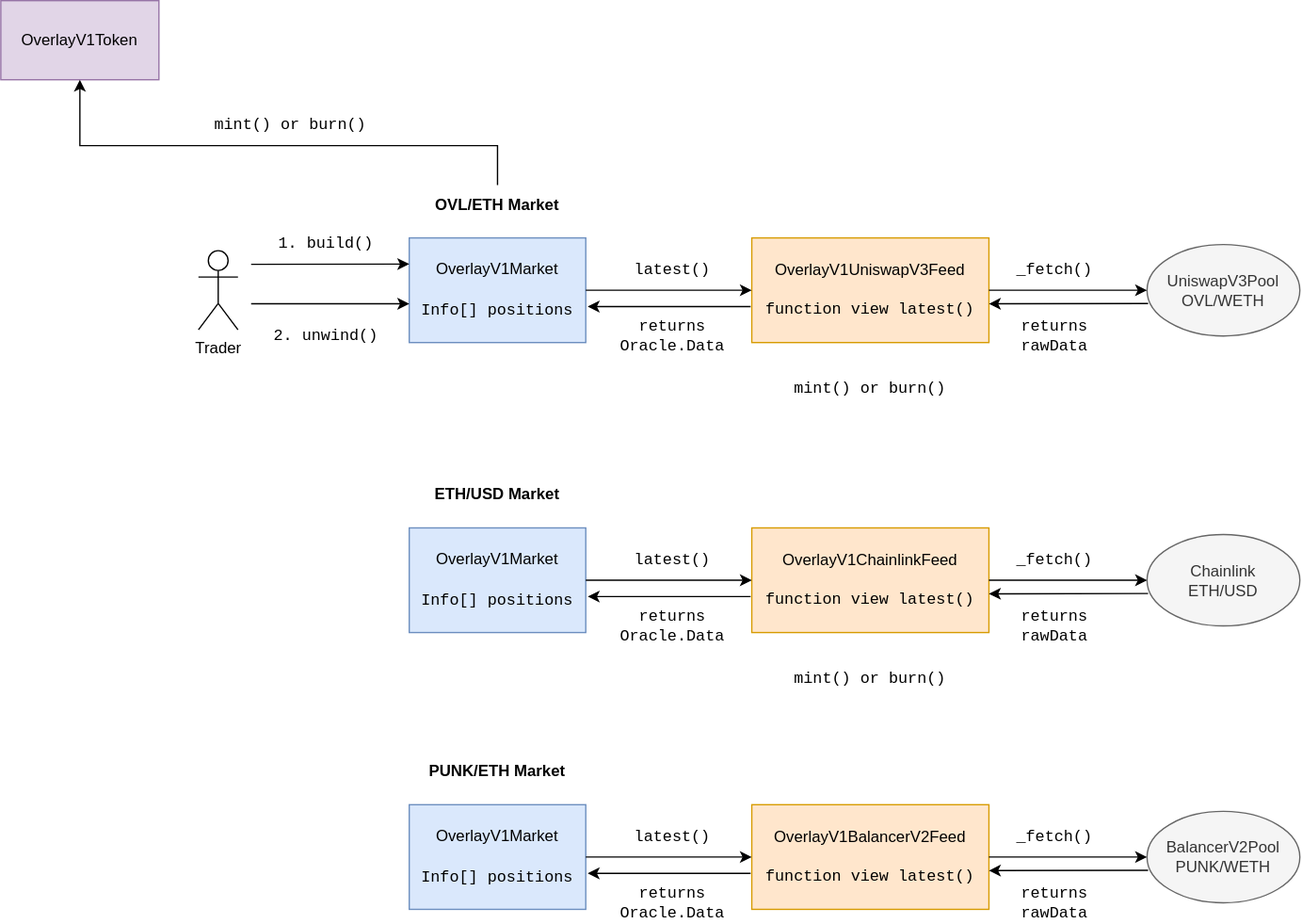
This is docs/assets/diagram.svg from overlay-market/v1-core, a draw.io export, as it was before one commit. Source tidied: cells renumbered, new cells last; positions are measured from the earlier drawing's top-left corner, leaving out a move shared by most shapes.
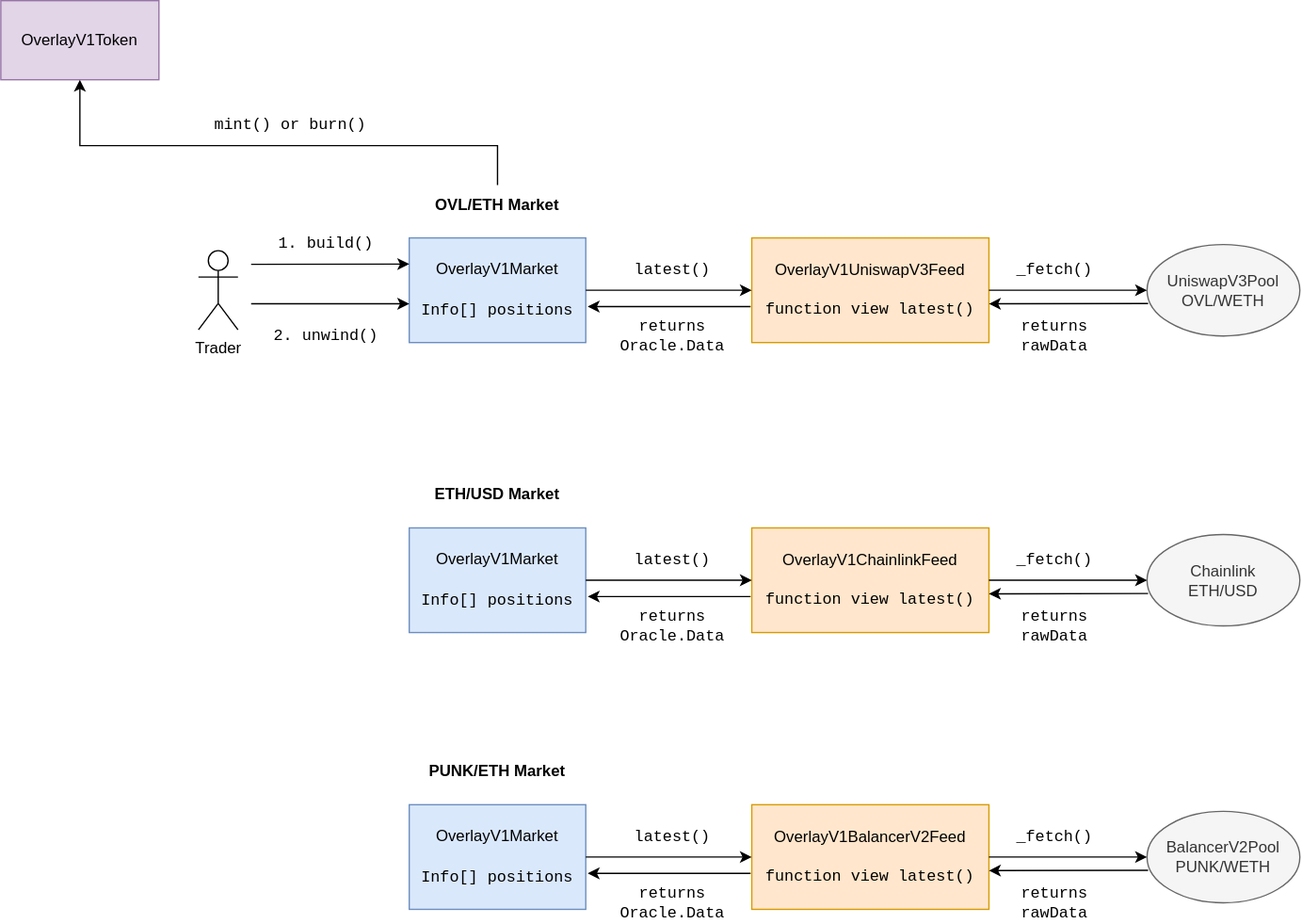
After the change.

Change to the diagram source:
```diff
@@ -153,11 +153,5 @@
     <mxCell id="46" style="endArrow=classic;html=1;rounded=0;fontFamily=Courier New;fontSize=12;entryX=1.011;entryY=0.656;entryDx=0;entryDy=0;exitX=-0.005;exitY=0.656;exitDx=0;exitDy=0;exitPerimeter=0;entryPerimeter=0;" parent="1" edge="1" source="36" target="35">
       <mxGeometry relative="1" as="geometry" />
     </mxCell>
-    <mxCell id="47" value="mint() or burn()" style="text;html=1;strokeColor=none;fillColor=none;align=center;verticalAlign=middle;whiteSpace=wrap;rounded=0;fontFamily=Courier New;" parent="1" vertex="1">
-      <mxGeometry x="600" y="280" width="120" height="30" as="geometry" />
-    </mxCell>
-    <mxCell id="48" value="mint() or burn()" style="text;html=1;strokeColor=none;fillColor=none;align=center;verticalAlign=middle;whiteSpace=wrap;rounded=0;fontFamily=Courier New;" parent="1" vertex="1">
-      <mxGeometry x="600" y="500" width="120" height="30" as="geometry" />
-    </mxCell>
   </root>
 </mxGraphModel>
```
